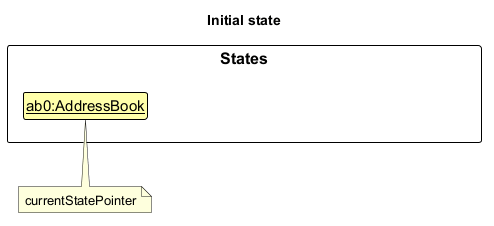
Before: docs/images/UndoRedoState0.png, a diagram exported from PlantUML (AY2627S1-CS2103T-F10-4/tp). Source of this version:
```plantuml
@startuml
!include style.puml
skinparam ClassFontColor #000000
skinparam ClassBorderColor #000000
skinparam ClassBackgroundColor #FFFFAA

title Initial state

package States {
    class State1 as "<u>ab0:AddressBook</u>"
    class State2 as "<u>ab1:AddressBook</u>" <<unused>>
    class State3 as "<u>ab2:AddressBook</u>" <<unused>>
}

State1 -[hidden]right-> State2
State2 -[hidden]right-> State3

hide <<unused>>

note bottom of State1 : currentStatePointer
@enduml
```
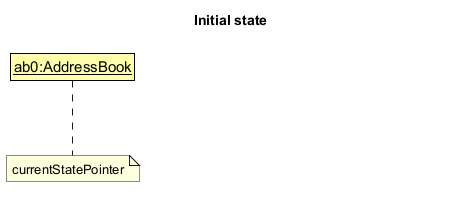
The same diagram one commit later.

What changed in the source:
```diff
@@ -3,19 +3,21 @@
 skinparam ClassFontColor #000000
 skinparam ClassBorderColor #000000
 skinparam ClassBackgroundColor #FFFFAA
+skinparam roundCorner 0
 
 title Initial state
 
-package States {
-    class State1 as "<u>ab0:AddressBook</u>"
-    class State2 as "<u>ab1:AddressBook</u>" <<unused>>
-    class State3 as "<u>ab2:AddressBook</u>" <<unused>>
-}
+class State1 as "<u>ab0:AddressBook</u>"
+class State2 as "<u>ab1:AddressBook</u>" <<unused>>
+class State3 as "<u>ab2:AddressBook</u>" <<unused>>
 
 State1 -[hidden]right-> State2
 State2 -[hidden]right-> State3
 
 hide <<unused>>
 
-note bottom of State1 : currentStatePointer
+class Spacer <<unused>>
+note "currentStatePointer" as Pointer
+State1 .. Pointer
+Pointer -[hidden]right- Spacer
 @enduml
```
